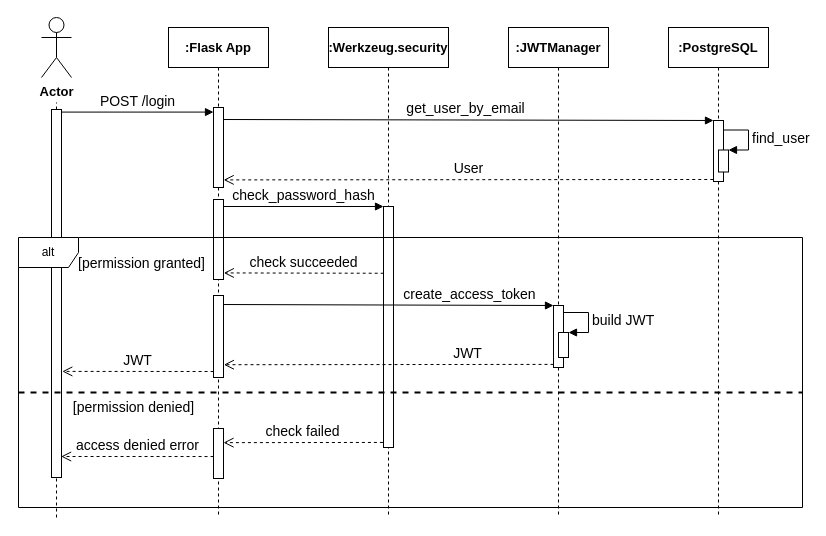
Above: sequence_authenticate.drawio in DrXneaky/Diagram (draw.io), before the change. Source tidied: cells renumbered, new cells numbered last; positions are measured from the earlier drawing's top-left corner, leaving out a move shared by most shapes. Both pictures are drawn from the tidied source at 100%, with x=0, y=0 at pixel (18, 17).
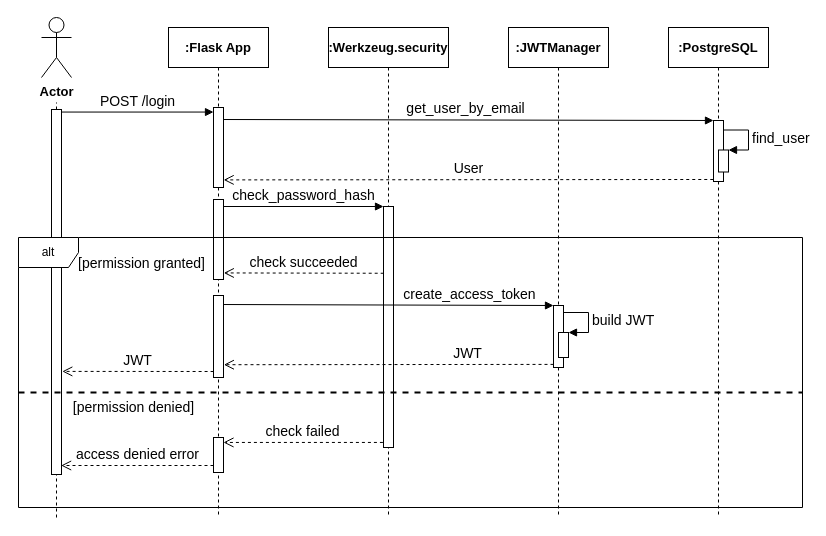
The same page after the edit.

The change refers to these unchanged cells:
```xml
<mxCell id="12" style="html=1;points=[];perimeter=orthogonalPerimeter;" parent="1" vertex="1">
  <mxGeometry x="365" y="189" width="10" height="241" as="geometry" />
</mxCell>
<mxCell id="16" value="&lt;font face=&quot;Old Standard TT&quot; style=&quot;font-size: 13px&quot;&gt;&lt;b&gt;:Flask App&lt;/b&gt;&lt;/font&gt;" style="shape=umlLifeline;perimeter=lifelinePerimeter;whiteSpace=wrap;html=1;" parent="1" vertex="1">
  <mxGeometry x="150" y="10" width="100" height="490" as="geometry" />
</mxCell>
```

Diff of the diagram source:
```diff
@@
     <mxCell id="3" style="html=1;points=[];perimeter=orthogonalPerimeter;strokeWidth=1;fillColor=#ffffff;" parent="1" vertex="1">
-      <mxGeometry x="33" y="92" width="10" height="368" as="geometry" />
+      <mxGeometry x="33" y="92" width="10" height="365" as="geometry" />
     </mxCell>
@@
     <mxCell id="20" style="html=1;points=[];perimeter=orthogonalPerimeter;shadow=0;strokeWidth=1;fillColor=#ffffff;" parent="16" vertex="1">
-      <mxGeometry x="45" y="401" width="10" height="50" as="geometry" />
+      <mxGeometry x="45" y="410" width="10" height="35" as="geometry" />
     </mxCell>
@@
-    <mxCell id="27" value="&lt;font style=&quot;font-size: 14px&quot; face=&quot;Old Standard TT&quot;&gt;check failed&lt;/font&gt;" style="html=1;verticalAlign=bottom;endArrow=open;dashed=1;endSize=8;exitX=-0.058;exitY=0.979;exitDx=0;exitDy=0;exitPerimeter=0;entryX=1.003;entryY=0.283;entryDx=0;entryDy=0;entryPerimeter=0;labelBackgroundColor=none;" parent="1" edge="1" source="12" target="20">
+    <mxCell id="27" value="&lt;font style=&quot;font-size: 14px&quot; face=&quot;Old Standard TT&quot;&gt;check failed&lt;/font&gt;" style="html=1;verticalAlign=bottom;endArrow=open;dashed=1;endSize=8;exitX=-0.058;exitY=0.979;exitDx=0;exitDy=0;exitPerimeter=0;labelBackgroundColor=none;" parent="1" edge="1" source="12" target="20">
       <mxGeometry relative="1" as="geometry" />
     </mxCell>
-    <mxCell id="28" value="&lt;font style=&quot;font-size: 14px&quot; face=&quot;Old Standard TT&quot;&gt;access denied error&lt;/font&gt;" style="html=1;verticalAlign=bottom;endArrow=open;dashed=1;endSize=8;exitX=0.005;exitY=0.561;exitDx=0;exitDy=0;exitPerimeter=0;entryX=0.962;entryY=0.913;entryDx=0;entryDy=0;entryPerimeter=0;labelBackgroundColor=none;" parent="1" edge="1" source="20">
+    <mxCell id="28" value="&lt;font style=&quot;font-size: 14px&quot; face=&quot;Old Standard TT&quot;&gt;access denied error&lt;/font&gt;" style="html=1;verticalAlign=bottom;endArrow=open;dashed=1;endSize=8;entryX=0.962;entryY=0.913;entryDx=0;entryDy=0;entryPerimeter=0;labelBackgroundColor=none;" parent="1" edge="1" source="20">
       <mxGeometry relative="1" as="geometry">
-        <mxPoint x="42.6" y="439" as="targetPoint" />
+        <mxPoint x="42.6" y="448" as="targetPoint" />
       </mxGeometry>
     </mxCell>
```
